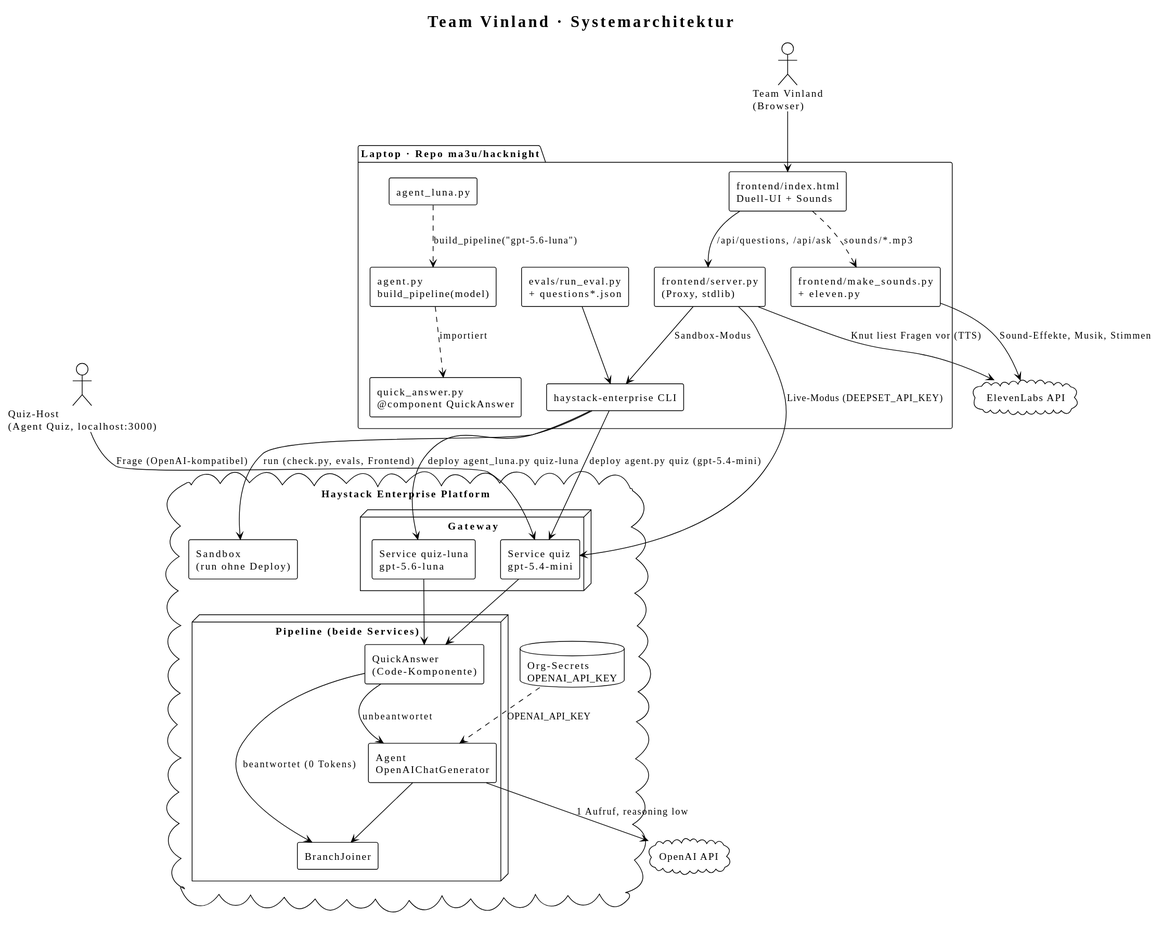
ma3u/hacknight keeps this PlantUML diagram as docs/diagrams/architecture.svg. Above is the earlier version.
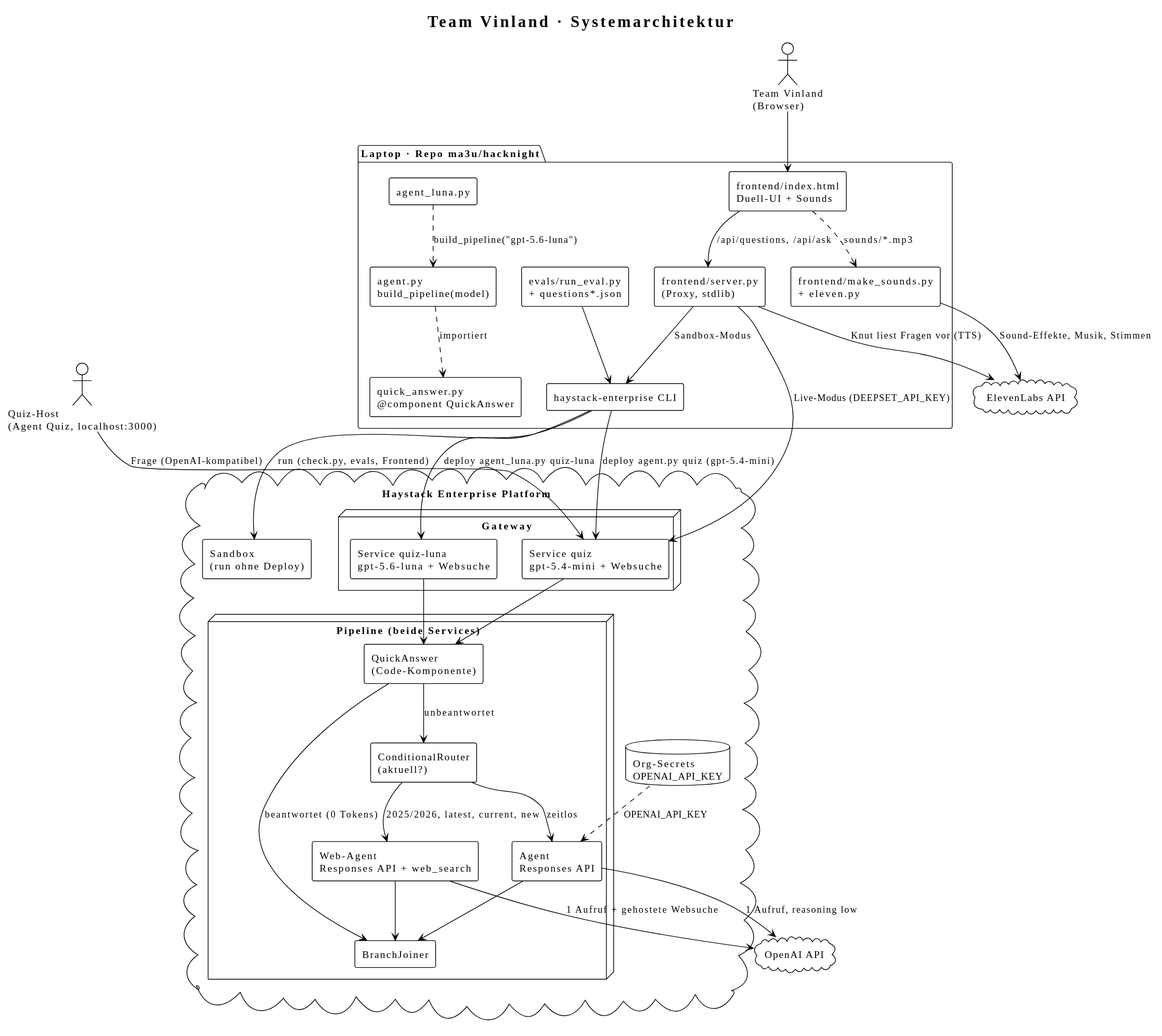
Later version of the same file.

Change to the diagram source:
```diff
@@ -20,12 +20,14 @@
 
 cloud "Haystack Enterprise Platform" {
   node "Gateway" {
-    [Service quiz\ngpt-5.4-mini] as SvcQuiz
-    [Service quiz-luna\ngpt-5.6-luna] as SvcLuna
+    [Service quiz\ngpt-5.4-mini + Websuche] as SvcQuiz
+    [Service quiz-luna\ngpt-5.6-luna + Websuche] as SvcLuna
   }
   node "Pipeline (beide Services)" {
     [QuickAnswer\n(Code-Komponente)] as PQA
-    [Agent\nOpenAIChatGenerator] as PAgent
+    [ConditionalRouter\n(aktuell?)] as PRouter
+    [Agent\nResponses API] as PAgent
+    [Web-Agent\nResponses API + web_search] as PWeb
     [BranchJoiner] as PJoin
   }
   [Sandbox\n(run ohne Deploy)] as Sandbox
@@ -53,8 +55,12 @@
 SvcQuiz --> PQA
 SvcLuna --> PQA
 PQA --> PJoin : beantwortet (0 Tokens)
-PQA --> PAgent : unbeantwortet
+PQA --> PRouter : unbeantwortet
+PRouter --> PAgent : zeitlos
+PRouter --> PWeb : 2025/2026, latest, current, new
 PAgent --> PJoin
+PWeb --> PJoin
 PAgent --> OpenAI : 1 Aufruf, reasoning low
+PWeb --> OpenAI : 1 Aufruf + gehostete Websuche
 Secrets ..> PAgent : OPENAI_API_KEY
 @enduml
```
